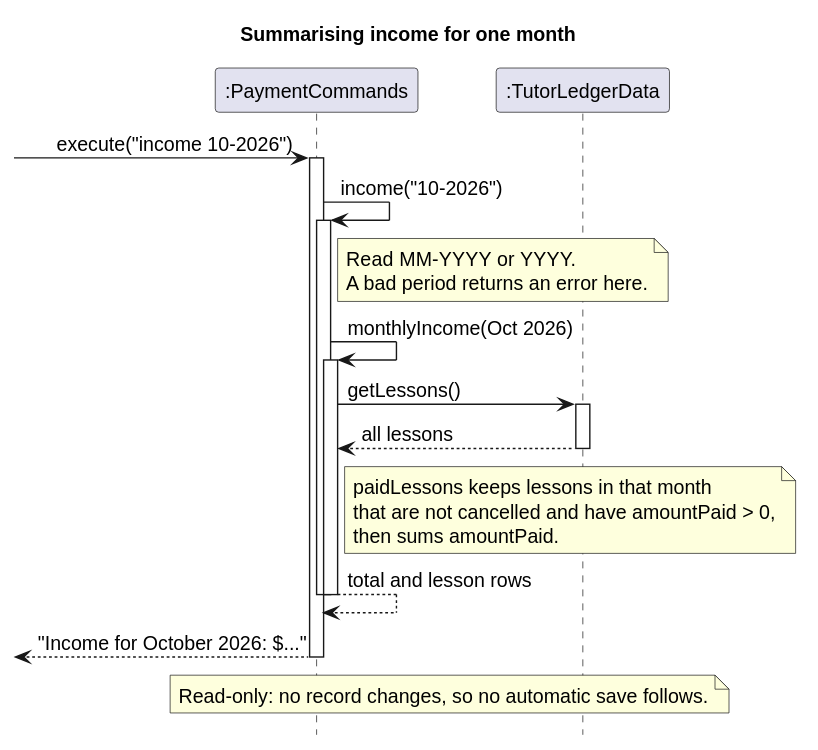
The PlantUML diagram docs/diagrams/income-sequence.svg in AY2627S1-CS2113-W12-2/tp, before a commit. Its diagram source:
```plantuml
@startuml
skinparam backgroundColor white
skinparam defaultFontSize 14
skinparam shadowing false
hide footbox
title Summarising income for one month

participant ":PaymentCommands" as Commands
participant ":TutorLedgerData" as Data

[-> Commands : execute("income 10-2026")
activate Commands
Commands -> Commands : income("10-2026")
activate Commands
note right of Commands
  Read MM-YYYY or YYYY.
  A bad period returns an error here.
end note
Commands -> Commands : monthlyIncome(Oct 2026)
activate Commands
Commands -> Data : getLessons()
activate Data
Data --> Commands : all lessons
deactivate Data
note right of Commands
  paidLessons keeps lessons in that month
  that are not cancelled and have amountPaid > 0,
  then sums amountPaid.
end note
Commands --> Commands : total and lesson rows
deactivate Commands
deactivate Commands
Commands -->[ : "Income for October 2026: $..."
deactivate Commands
note over Commands, Data
  Read-only: no record changes, so no automatic save follows.
end note
@enduml
```
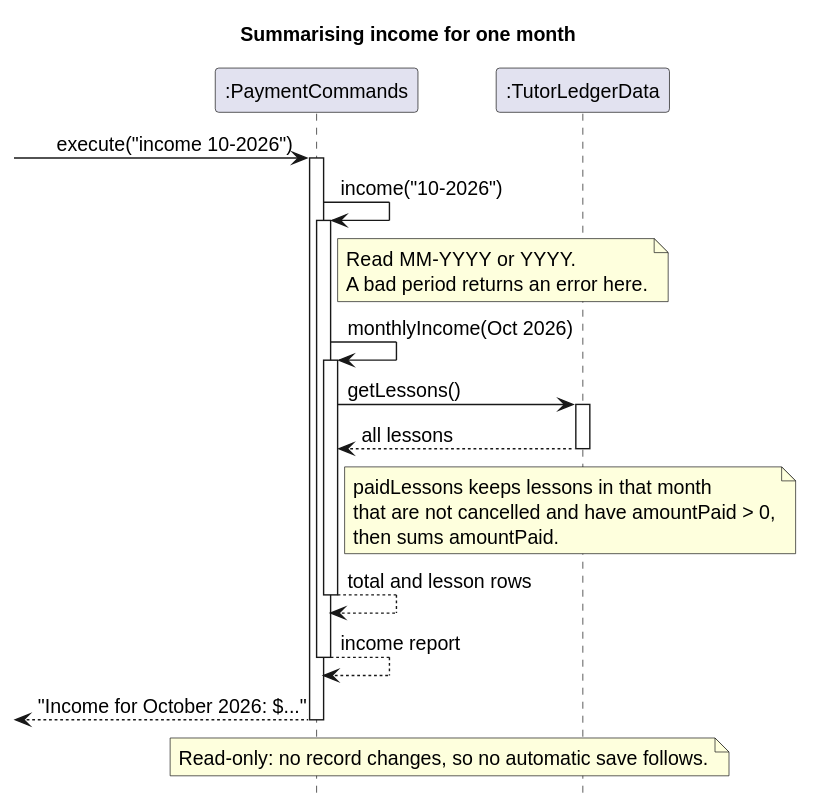
After the commit.

The edit, as a diff of the source:
```diff
@@ -29,6 +29,7 @@
 end note
 Commands --> Commands : total and lesson rows
 deactivate Commands
+Commands --> Commands : income report
 deactivate Commands
 Commands -->[ : "Income for October 2026: $..."
 deactivate Commands
```
